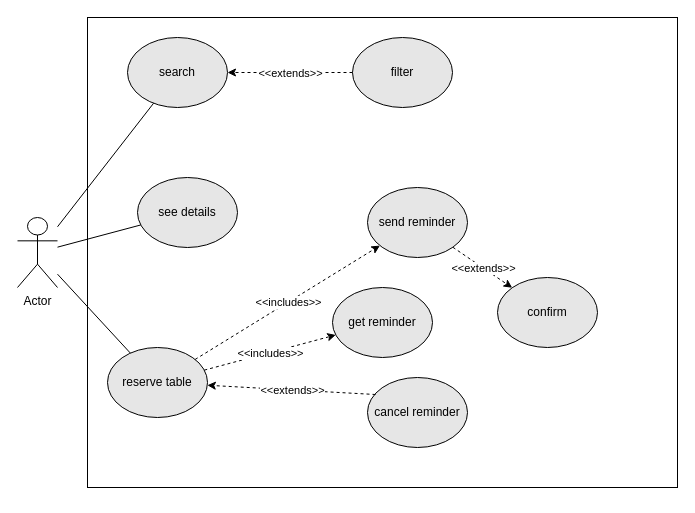
This is functionalModel.drawio from Eistbaren/models, a draw.io file, before an edit. Source tidied: cells renumbered, new cells numbered last; positions are measured from the earlier drawing's top-left corner, leaving out a move shared by most shapes. Both pictures are drawn from the tidied source at 100%, with x=0, y=0 at pixel (17, 17).
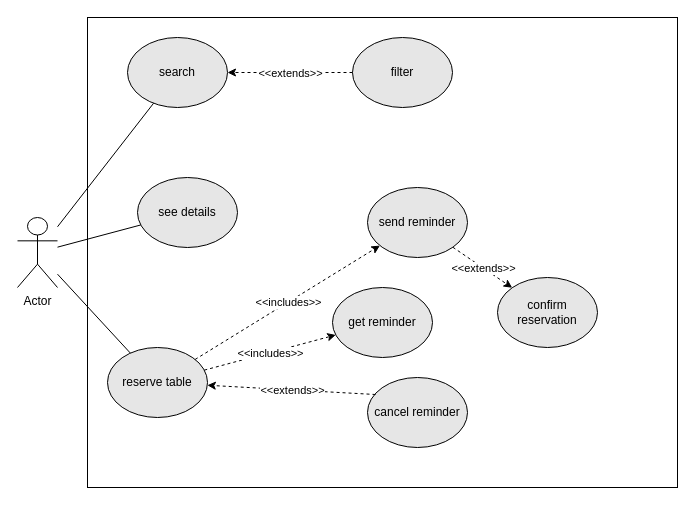
The same page after the edit.

Diff of the diagram source:
```diff
@@
-    <mxCell id="10" value="confirm" style="ellipse;whiteSpace=wrap;html=1;fillColor=#E6E6E6;" parent="1" vertex="1">
+    <mxCell id="10" value="confirm reservation" style="ellipse;whiteSpace=wrap;html=1;fillColor=#E6E6E6;" parent="1" vertex="1">
       <mxGeometry x="480" y="260" width="100" height="70" as="geometry" />
     </mxCell>
```
